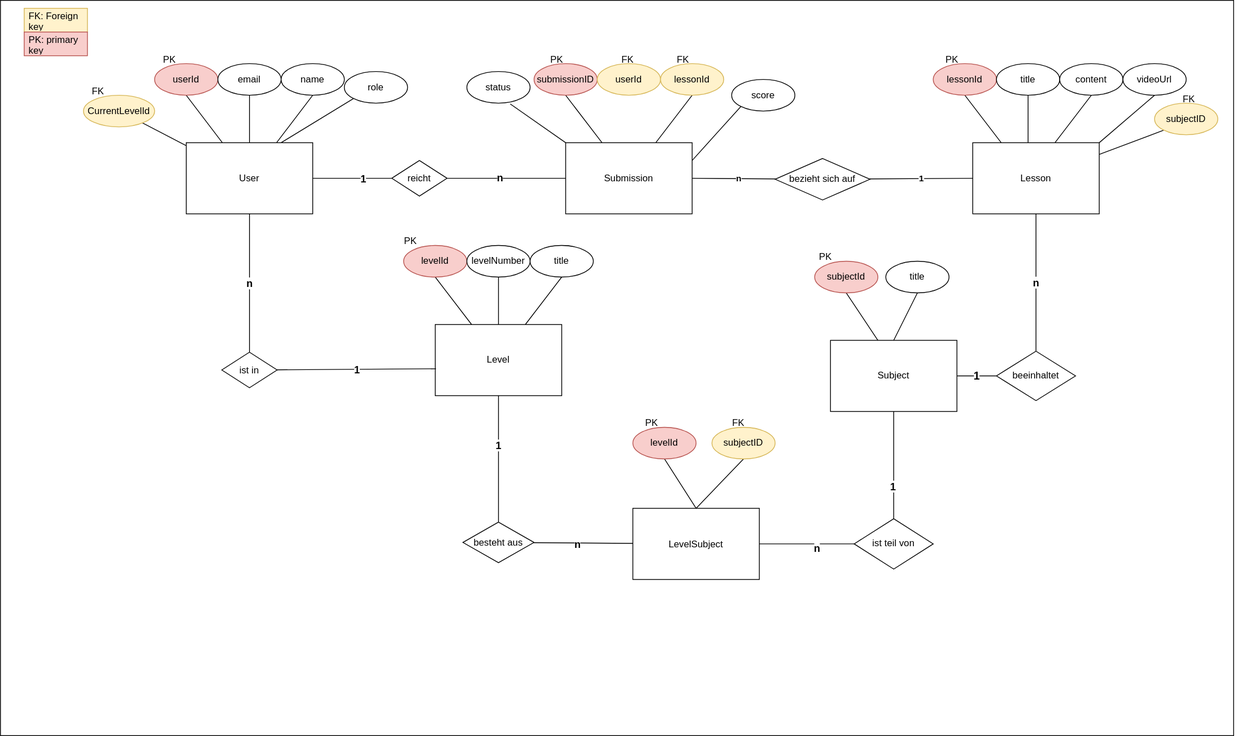
The draw.io diagram docs/Visuals/er_diagram.drawio.svg in husse786/stellarcompass, before a commit. Source tidied: cells renumbered, new cells last; positions are measured from the earlier drawing's top-left corner, leaving out a move shared by most shapes.
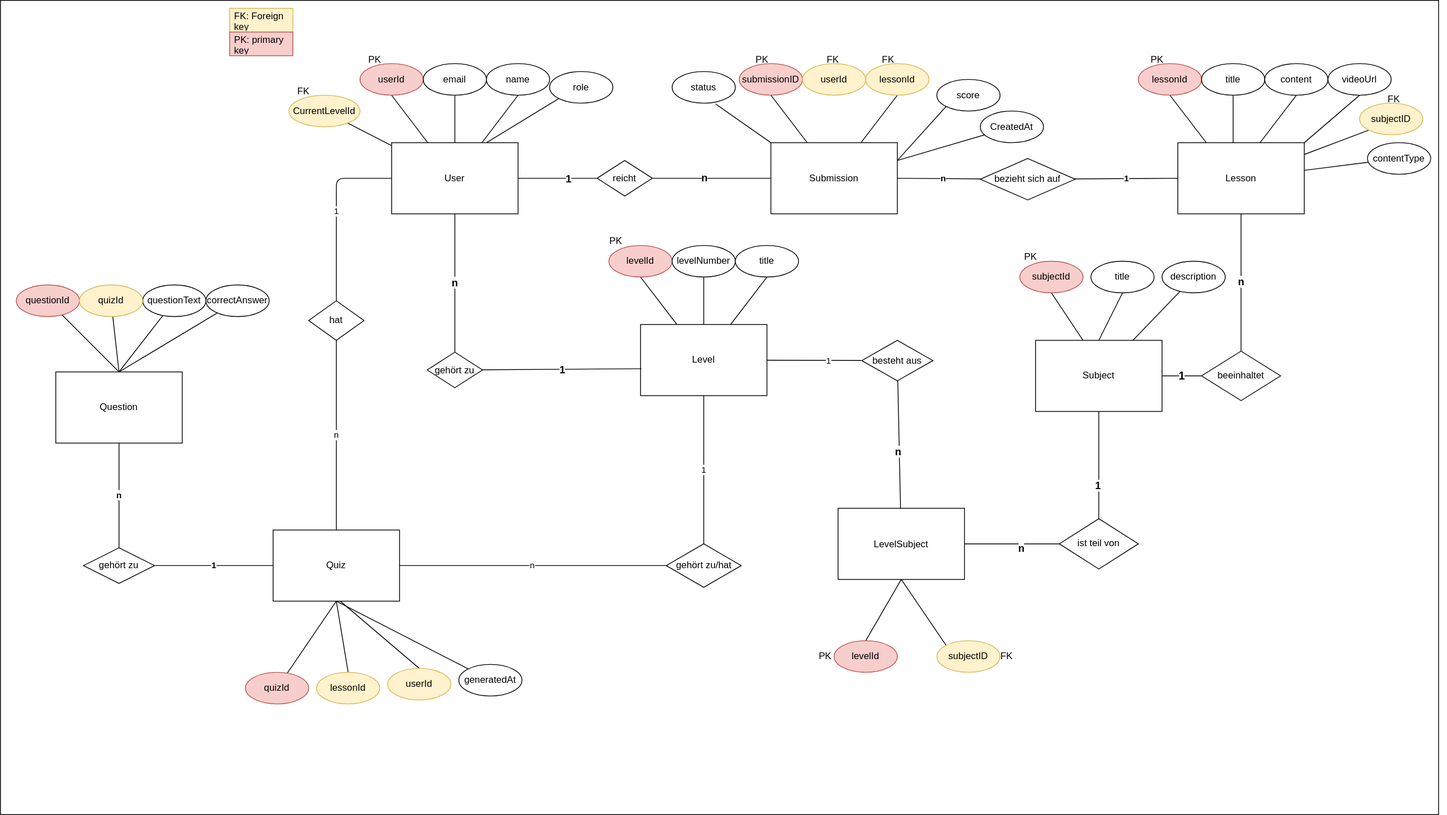
Above is the later version.

Commit message:
Added use case diagram. Closes #1

Change to the diagram source:
```diff
@@ -3,7 +3,7 @@
     <mxCell id="0" />
     <mxCell id="1" parent="0" />
     <mxCell id="2" style="rounded=0;whiteSpace=wrap;html=1;" parent="1" vertex="1">
-      <mxGeometry width="1560" height="930" as="geometry" />
+      <mxGeometry x="-260" width="1820" height="1030" as="geometry" />
     </mxCell>
     <mxCell id="3" style="group;" parent="1" vertex="1">
       <mxGeometry x="1060" y="330" width="330" height="190" as="geometry" />
@@ -124,7 +124,7 @@
     <mxCell id="39" value="title" style="ellipse;whiteSpace=wrap;html=1;" parent="32" vertex="1">
       <mxGeometry x="160" width="80" height="40" as="geometry" />
     </mxCell>
-    <mxCell id="40" value="ist in" style="rhombus;whiteSpace=wrap;html=1;rounded=0;" parent="1" vertex="1">
+    <mxCell id="40" value="gehört zu" style="rhombus;whiteSpace=wrap;html=1;rounded=0;" parent="1" vertex="1">
       <mxGeometry x="280" y="445" width="70" height="45" as="geometry" />
     </mxCell>
     <mxCell id="41" value="&lt;b&gt;&lt;font style=&quot;font-size: 13px;&quot;&gt;n&lt;/font&gt;&lt;/b&gt;" style="edgeStyle=none;html=1;endArrow=none;endFill=0;" parent="1" edge="1" source="18" target="40">
@@ -196,41 +196,17 @@
     <mxCell id="61" value="&lt;b&gt;&lt;font style=&quot;font-size: 13px;&quot;&gt;n&lt;/font&gt;&lt;/b&gt;" style="edgeStyle=none;html=1;entryX=0.5;entryY=1;entryDx=0;entryDy=0;exitX=0.5;exitY=0;exitDx=0;exitDy=0;endArrow=none;endFill=0;" parent="1" edge="1" source="4" target="44">
       <mxGeometry relative="1" as="geometry" />
     </mxCell>
-    <mxCell id="62" style="group;" parent="1" vertex="1">
-      <mxGeometry x="800" y="540" width="180" height="192.5" as="geometry" />
-    </mxCell>
-    <mxCell id="63" value="LevelSubject" style="rounded=0;whiteSpace=wrap;html=1;" parent="62" vertex="1">
-      <mxGeometry y="102.5" width="160" height="90" as="geometry" />
-    </mxCell>
-    <mxCell id="64" style="edgeStyle=none;html=1;entryX=0.5;entryY=1;entryDx=0;entryDy=0;endArrow=none;endFill=0;exitX=0.5;exitY=0;exitDx=0;exitDy=0;" parent="62" edge="1" source="63" target="65">
-      <mxGeometry relative="1" as="geometry" />
-    </mxCell>
-    <mxCell id="65" value="levelId" style="ellipse;whiteSpace=wrap;html=1;fillColor=#f8cecc;strokeColor=#b85450;" parent="62" vertex="1">
-      <mxGeometry width="80" height="40" as="geometry" />
-    </mxCell>
-    <mxCell id="66" style="edgeStyle=none;html=1;entryX=0.5;entryY=1;entryDx=0;entryDy=0;endArrow=none;endFill=0;exitX=0.5;exitY=0;exitDx=0;exitDy=0;" parent="62" edge="1" source="63" target="67">
-      <mxGeometry relative="1" as="geometry" />
-    </mxCell>
-    <mxCell id="67" value="subjectID" style="ellipse;whiteSpace=wrap;html=1;fillColor=#fff2cc;strokeColor=#d6b656;" parent="62" vertex="1">
-      <mxGeometry x="100" width="80" height="40" as="geometry" />
-    </mxCell>
     <mxCell id="68" style="edgeStyle=none;html=1;endArrow=none;endFill=0;" parent="1" edge="1" source="70" target="63">
       <mxGeometry relative="1" as="geometry" />
     </mxCell>
     <mxCell id="69" value="&lt;font style=&quot;font-size: 13px;&quot;&gt;&lt;b&gt;n&lt;/b&gt;&lt;/font&gt;" style="edgeLabel;html=1;align=center;verticalAlign=middle;" parent="68" vertex="1">
       <mxGeometry x="0.52" y="-2" relative="1" as="geometry">
-        <mxPoint x="-40" y="-1" as="offset" />
+        <mxPoint x="-1" y="-33" as="offset" />
       </mxGeometry>
     </mxCell>
     <mxCell id="70" value="besteht aus" style="rhombus;whiteSpace=wrap;html=1;rounded=0;" parent="1" vertex="1">
-      <mxGeometry x="585" y="660" width="90" height="51.2" as="geometry" />
+      <mxGeometry x="830" y="430" width="90" height="51.2" as="geometry" />
     </mxCell>
-    <mxCell id="71" style="edgeStyle=none;html=1;endArrow=none;endFill=0;" parent="1" edge="1" source="33" target="70">
-      <mxGeometry relative="1" as="geometry" />
-    </mxCell>
-    <mxCell id="72" value="&lt;font style=&quot;font-size: 13px;&quot;&gt;&lt;b&gt;1&lt;/b&gt;&lt;/font&gt;" style="edgeLabel;html=1;align=center;verticalAlign=middle;" parent="71" vertex="1">
-      <mxGeometry x="-0.23" y="-1" relative="1" as="geometry" />
-    </mxCell>
     <mxCell id="73" style="edgeStyle=none;html=1;entryX=1;entryY=0.5;entryDx=0;entryDy=0;endArrow=none;endFill=0;" parent="1" edge="1" source="75" target="63">
       <mxGeometry relative="1" as="geometry" />
     </mxCell>
@@ -301,10 +277,136 @@
       <mxGeometry x="505" y="290" width="80" height="30" as="geometry" />
     </mxCell>
     <mxCell id="94" value="PK" style="text;strokeColor=none;fillColor=none;align=left;verticalAlign=middle;spacingLeft=4;spacingRight=4;overflow=hidden;whiteSpace=wrap;html=1;" parent="1" vertex="1">
-      <mxGeometry x="810" y="520" width="80" height="30" as="geometry" />
+      <mxGeometry x="770" y="815" width="80" height="30" as="geometry" />
     </mxCell>
     <mxCell id="95" value="FK" style="text;strokeColor=none;fillColor=none;align=left;verticalAlign=middle;spacingLeft=4;spacingRight=4;overflow=hidden;whiteSpace=wrap;html=1;" parent="1" vertex="1">
-      <mxGeometry x="920" y="520" width="80" height="30" as="geometry" />
+      <mxGeometry x="1000" y="815" width="80" height="30" as="geometry" />
     </mxCell>
+    <mxCell id="96" value="CreatedAt" style="ellipse;whiteSpace=wrap;html=1;" parent="1" vertex="1">
+      <mxGeometry x="980" y="140" width="80" height="40" as="geometry" />
+    </mxCell>
+    <mxCell id="97" style="edgeStyle=none;html=1;entryX=1;entryY=0.25;entryDx=0;entryDy=0;endArrow=none;endFill=0;" parent="1" edge="1" source="96" target="78">
+      <mxGeometry relative="1" as="geometry" />
+    </mxCell>
+    <mxCell id="98" style="edgeStyle=none;html=1;endArrow=none;endFill=0;" parent="1" edge="1" source="99" target="44">
+      <mxGeometry relative="1" as="geometry" />
+    </mxCell>
+    <mxCell id="99" value="contentType" style="ellipse;whiteSpace=wrap;html=1;" parent="1" vertex="1">
+      <mxGeometry x="1470" y="180" width="80" height="40" as="geometry" />
+    </mxCell>
+    <mxCell id="100" style="edgeStyle=none;html=1;endArrow=none;endFill=0;" parent="1" edge="1" source="101" target="7">
+      <mxGeometry relative="1" as="geometry" />
+    </mxCell>
+    <mxCell id="101" value="description" style="ellipse;whiteSpace=wrap;html=1;" parent="1" vertex="1">
+      <mxGeometry x="1210" y="330" width="80" height="40" as="geometry" />
+    </mxCell>
+    <mxCell id="102" value="n" style="edgeStyle=none;html=1;endArrow=none;endFill=0;" parent="1" edge="1" source="104" target="112">
+      <mxGeometry relative="1" as="geometry" />
+    </mxCell>
+    <mxCell id="103" value="n" style="edgeStyle=none;html=1;endArrow=none;endFill=0;" parent="1" edge="1" source="104" target="115">
+      <mxGeometry relative="1" as="geometry" />
+    </mxCell>
+    <mxCell id="104" value="Quiz" style="rounded=0;whiteSpace=wrap;html=1;" parent="1" vertex="1">
+      <mxGeometry x="85" y="670" width="160" height="90" as="geometry" />
+    </mxCell>
+    <mxCell id="105" style="edgeStyle=none;html=1;endArrow=none;endFill=0;exitX=0.5;exitY=1;exitDx=0;exitDy=0;" parent="1" edge="1" source="104" target="108">
+      <mxGeometry relative="1" as="geometry" />
+    </mxCell>
+    <mxCell id="106" style="edgeStyle=none;html=1;entryX=0.5;entryY=0;entryDx=0;entryDy=0;endArrow=none;endFill=0;exitX=0.5;exitY=1;exitDx=0;exitDy=0;" parent="1" edge="1" source="104" target="109">
+      <mxGeometry relative="1" as="geometry" />
+    </mxCell>
+    <mxCell id="107" style="edgeStyle=none;html=1;entryX=0.5;entryY=0;entryDx=0;entryDy=0;endArrow=none;endFill=0;" parent="1" edge="1" target="110">
+      <mxGeometry relative="1" as="geometry">
+        <mxPoint x="170" y="760" as="sourcePoint" />
+      </mxGeometry>
+    </mxCell>
+    <mxCell id="108" value="quizId" style="ellipse;whiteSpace=wrap;html=1;fillColor=#f8cecc;strokeColor=#b85450;" parent="1" vertex="1">
+      <mxGeometry x="50" y="850" width="80" height="40" as="geometry" />
+    </mxCell>
+    <mxCell id="109" value="lessonId" style="ellipse;whiteSpace=wrap;html=1;fillColor=#fff2cc;strokeColor=#d6b656;" parent="1" vertex="1">
+      <mxGeometry x="140" y="850" width="80" height="40" as="geometry" />
+    </mxCell>
+    <mxCell id="110" value="userId" style="ellipse;whiteSpace=wrap;html=1;fillColor=#fff2cc;strokeColor=#d6b656;" parent="1" vertex="1">
+      <mxGeometry x="230" y="845" width="80" height="40" as="geometry" />
+    </mxCell>
+    <mxCell id="111" value="1" style="edgeStyle=none;html=1;entryX=0.5;entryY=1;entryDx=0;entryDy=0;endArrow=none;endFill=0;" parent="1" edge="1" source="112" target="33">
+      <mxGeometry relative="1" as="geometry" />
+    </mxCell>
+    <mxCell id="112" value="gehört zu/hat" style="rhombus;whiteSpace=wrap;html=1;rounded=0;" parent="1" vertex="1">
+      <mxGeometry x="582.5" y="687.5" width="95" height="55" as="geometry" />
+    </mxCell>
+    <mxCell id="63" value="LevelSubject" style="rounded=0;whiteSpace=wrap;html=1;" parent="1" vertex="1">
+      <mxGeometry x="800" y="642.5" width="160" height="90" as="geometry" />
+    </mxCell>
+    <mxCell id="64" style="edgeStyle=none;html=1;entryX=0.5;entryY=0;entryDx=0;entryDy=0;endArrow=none;endFill=0;exitX=0.5;exitY=1;exitDx=0;exitDy=0;" parent="1" edge="1" source="63" target="65">
+      <mxGeometry relative="1" as="geometry" />
+    </mxCell>
+    <mxCell id="65" value="levelId" style="ellipse;whiteSpace=wrap;html=1;fillColor=#f8cecc;strokeColor=#b85450;" parent="1" vertex="1">
+      <mxGeometry x="795" y="810" width="80" height="40" as="geometry" />
+    </mxCell>
+    <mxCell id="66" style="edgeStyle=none;html=1;entryX=0;entryY=0;entryDx=0;entryDy=0;endArrow=none;endFill=0;exitX=0.5;exitY=1;exitDx=0;exitDy=0;" parent="1" edge="1" source="63" target="67">
+      <mxGeometry relative="1" as="geometry" />
+    </mxCell>
+    <mxCell id="67" value="subjectID" style="ellipse;whiteSpace=wrap;html=1;fillColor=#fff2cc;strokeColor=#d6b656;" parent="1" vertex="1">
+      <mxGeometry x="925" y="810" width="80" height="40" as="geometry" />
+    </mxCell>
+    <mxCell id="71" style="edgeStyle=none;html=1;endArrow=none;endFill=0;" parent="1" edge="1" source="33" target="70">
+      <mxGeometry relative="1" as="geometry" />
+    </mxCell>
+    <mxCell id="113" value="1" style="edgeLabel;html=1;align=center;verticalAlign=middle;" parent="71" vertex="1">
+      <mxGeometry x="0.3" relative="1" as="geometry" />
+    </mxCell>
+    <mxCell id="114" value="1" style="edgeStyle=none;html=1;entryX=0;entryY=0.5;entryDx=0;entryDy=0;endArrow=none;endFill=0;" parent="1" edge="1" source="115" target="18">
+      <mxGeometry relative="1" as="geometry">
+        <Array as="points">
+          <mxPoint x="165" y="225" />
+        </Array>
+      </mxGeometry>
+    </mxCell>
+    <mxCell id="115" value="hat" style="rhombus;whiteSpace=wrap;html=1;rounded=0;" parent="1" vertex="1">
+      <mxGeometry x="130" y="380" width="70" height="50" as="geometry" />
+    </mxCell>
+    <mxCell id="116" value="&lt;b&gt;n&lt;/b&gt;" style="edgeStyle=none;html=1;endArrow=none;endFill=0;" parent="1" edge="1" source="117" target="125">
+      <mxGeometry relative="1" as="geometry" />
+    </mxCell>
+    <mxCell id="117" value="Question" style="rounded=0;whiteSpace=wrap;html=1;" parent="1" vertex="1">
+      <mxGeometry x="-190" y="470" width="160" height="90" as="geometry" />
+    </mxCell>
+    <mxCell id="118" style="edgeStyle=none;html=1;entryX=0.5;entryY=0;entryDx=0;entryDy=0;endArrow=none;endFill=0;" parent="1" edge="1" source="119" target="117">
+      <mxGeometry relative="1" as="geometry" />
+    </mxCell>
+    <mxCell id="119" value="questionId" style="ellipse;whiteSpace=wrap;html=1;fillColor=#f8cecc;strokeColor=#b85450;" parent="1" vertex="1">
+      <mxGeometry x="-240" y="360" width="80" height="40" as="geometry" />
+    </mxCell>
+    <mxCell id="120" style="edgeStyle=none;html=1;entryX=0.5;entryY=0;entryDx=0;entryDy=0;endArrow=none;endFill=0;" parent="1" edge="1" source="121" target="117">
+      <mxGeometry relative="1" as="geometry" />
+    </mxCell>
+    <mxCell id="121" value="questionText" style="ellipse;whiteSpace=wrap;html=1;" parent="1" vertex="1">
+      <mxGeometry x="-80" y="360" width="80" height="40" as="geometry" />
+    </mxCell>
+    <mxCell id="122" style="edgeStyle=none;html=1;entryX=0.5;entryY=0;entryDx=0;entryDy=0;endArrow=none;endFill=0;" parent="1" edge="1" source="123" target="117">
+      <mxGeometry relative="1" as="geometry" />
+    </mxCell>
+    <mxCell id="123" value="quizId" style="ellipse;whiteSpace=wrap;html=1;fillColor=#fff2cc;strokeColor=#d6b656;" parent="1" vertex="1">
+      <mxGeometry x="-160" y="360" width="80" height="40" as="geometry" />
+    </mxCell>
+    <mxCell id="124" value="&lt;b&gt;1&lt;/b&gt;" style="edgeStyle=none;html=1;endArrow=none;endFill=0;" parent="1" edge="1" source="125" target="104">
+      <mxGeometry relative="1" as="geometry" />
+    </mxCell>
+    <mxCell id="125" value="gehört zu" style="rhombus;whiteSpace=wrap;html=1;rounded=0;" parent="1" vertex="1">
+      <mxGeometry x="-155" y="692.5" width="90" height="45" as="geometry" />
+    </mxCell>
+    <mxCell id="126" style="edgeStyle=none;html=1;entryX=0.5;entryY=1;entryDx=0;entryDy=0;endArrow=none;endFill=0;" parent="1" edge="1" source="127" target="104">
+      <mxGeometry relative="1" as="geometry" />
+    </mxCell>
+    <mxCell id="127" value="generatedAt" style="ellipse;whiteSpace=wrap;html=1;" parent="1" vertex="1">
+      <mxGeometry x="320" y="840" width="80" height="40" as="geometry" />
+    </mxCell>
+    <mxCell id="128" style="edgeStyle=none;html=1;entryX=0.5;entryY=0;entryDx=0;entryDy=0;endArrow=none;endFill=0;" parent="1" edge="1" source="129" target="117">
+      <mxGeometry relative="1" as="geometry" />
+    </mxCell>
+    <mxCell id="129" value="correctAnswer" style="ellipse;whiteSpace=wrap;html=1;" parent="1" vertex="1">
+      <mxGeometry y="360" width="80" height="40" as="geometry" />
+    </mxCell>
   </root>
 </mxGraphModel>
```
